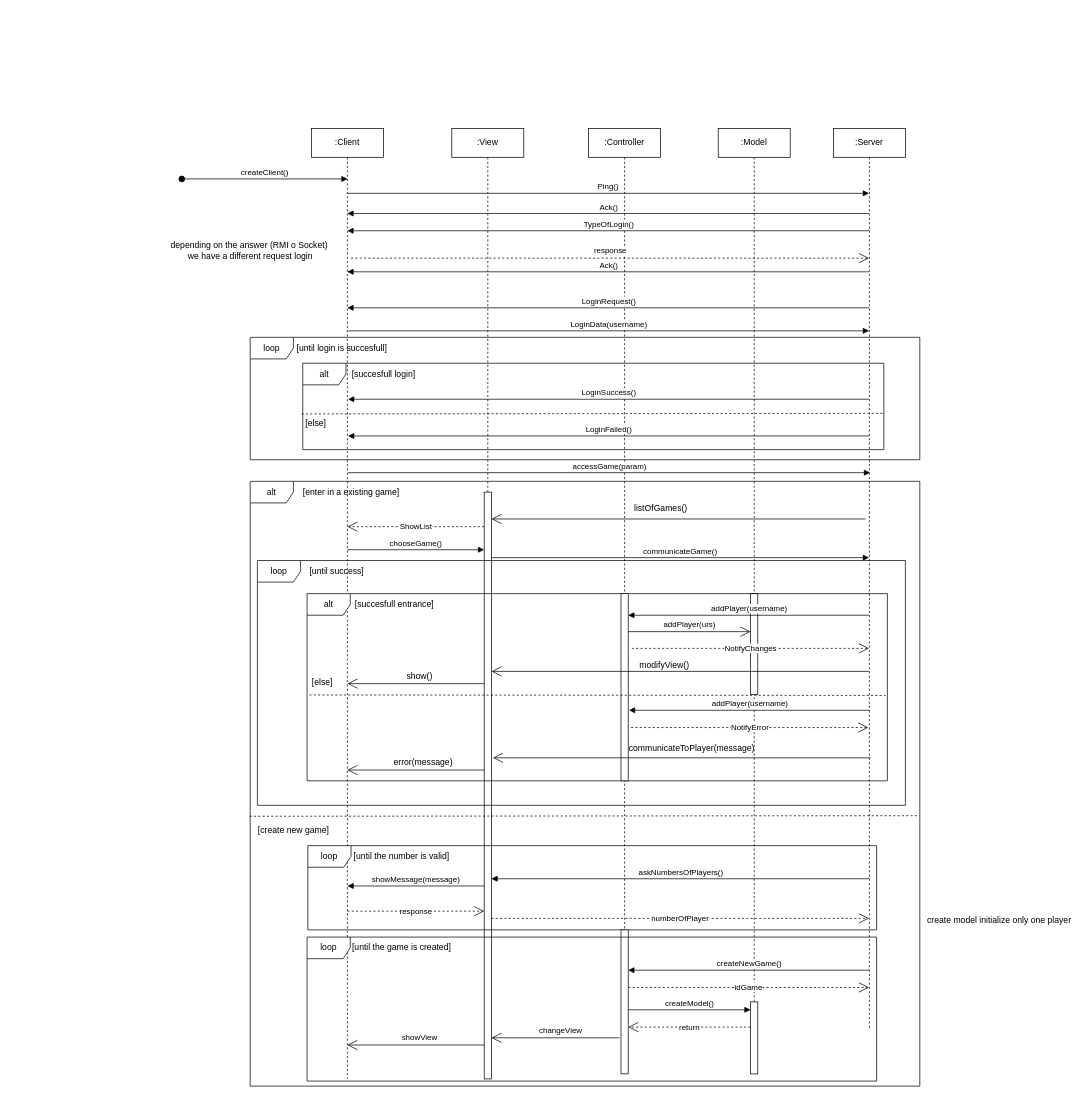
Earlier version of the draw.io diagram src/main/resources/deliverables/Acceso al gioco.drawio (matteovignocchi/ing-sw-2025-Vignocchi-Nedina-LoConte-LaVecchia). Source tidied: cells renumbered, new cells numbered last; positions are measured from the earlier drawing's top-left corner, leaving out a move shared by most shapes. Both pictures are drawn from the tidied source at 72%, with x=0, y=0 at pixel (163, 128).
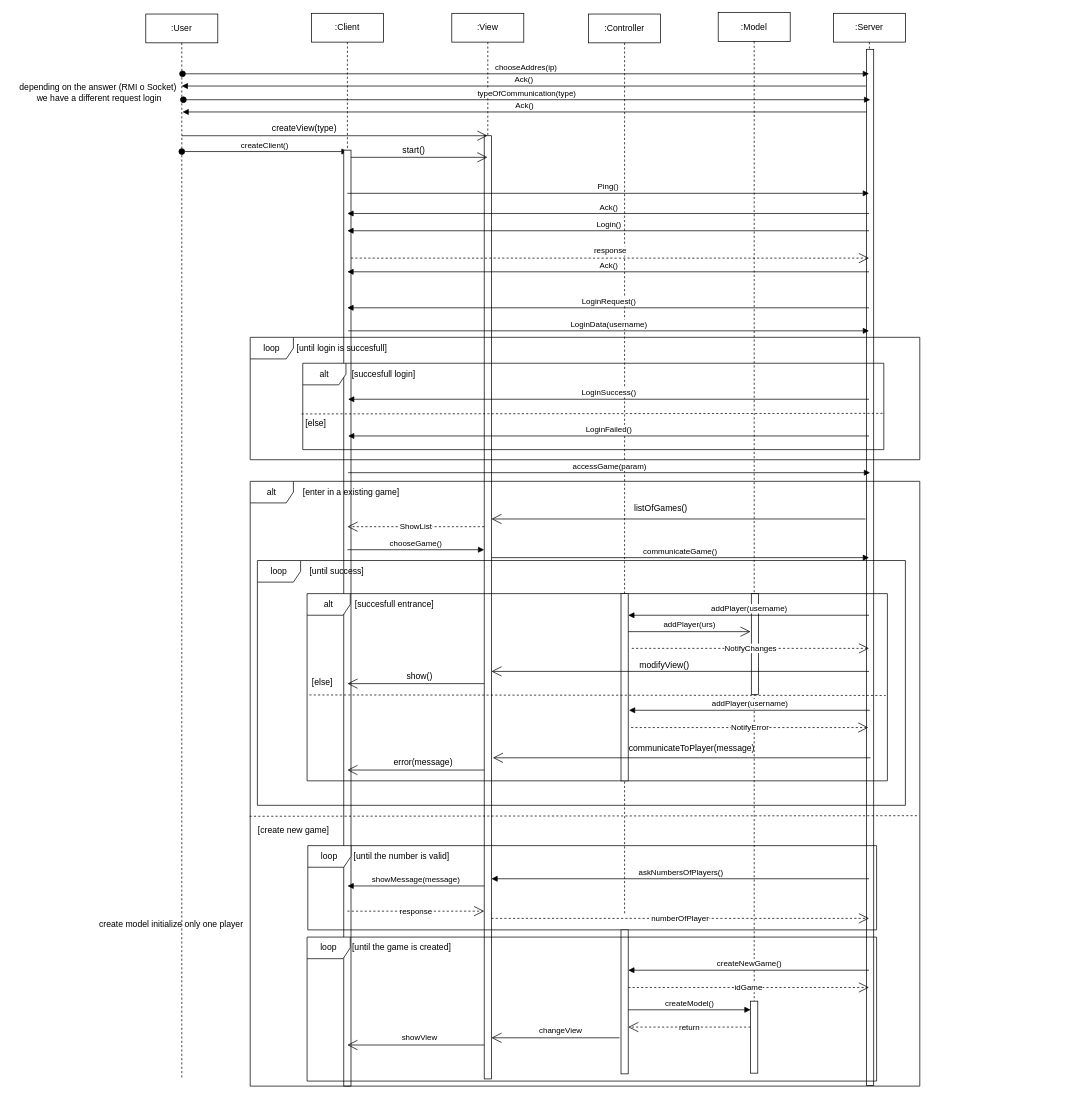
The same diagram, later.

Commit message:
revisione primo uml

What changed in the source:
```diff
@@
     <mxCell id="2" value=":View" style="shape=umlLifeline;perimeter=lifelinePerimeter;whiteSpace=wrap;html=1;outlineConnect=0;portConstraint=eastwest;newEdgeStyle={&quot;curved&quot;:0,&quot;rounded&quot;:0};" parent="1" vertex="1">
-      <mxGeometry x="400" width="100" height="1250" as="geometry" />
+      <mxGeometry x="400" y="-160" width="100" height="1250" as="geometry" />
     </mxCell>
+    <mxCell id="29" style="html=1;points=[[0,0,0,0,5],[0,1,0,0,-5],[1,0,0,0,5],[1,1,0,0,-5]];perimeter=orthogonalPerimeter;outlineConnect=0;targetShapes=umlLifeline;portConstraint=eastwest;newEdgeStyle={&quot;curved&quot;:0,&quot;rounded&quot;:0};" parent="1" vertex="1">
+      <mxGeometry x="445" y="10" width="10" height="1310" as="geometry" />
+    </mxCell>
+    <mxCell id="9" value=":Client" style="shape=umlLifeline;perimeter=lifelinePerimeter;whiteSpace=wrap;html=1;newEdgeStyle={&quot;curved&quot;:0,&quot;rounded&quot;:0};" parent="1" vertex="1">
+      <mxGeometry x="205" y="-160" width="100" height="1400" as="geometry" />
+    </mxCell>
     <mxCell id="3" value=":Controller" style="shape=umlLifeline;perimeter=lifelinePerimeter;whiteSpace=wrap;html=1;newEdgeStyle={&quot;curved&quot;:0,&quot;rounded&quot;:0};" parent="1" vertex="1">
-      <mxGeometry x="590" width="100" height="1250" as="geometry" />
+      <mxGeometry x="590" y="-159" width="100" height="1250" as="geometry" />
     </mxCell>
     <mxCell id="4" value=":Model" style="shape=umlLifeline;perimeter=lifelinePerimeter;whiteSpace=wrap;html=1;newEdgeStyle={&quot;curved&quot;:0,&quot;rounded&quot;:0};" parent="1" vertex="1">
-      <mxGeometry x="770" width="100" height="1250" as="geometry" />
+      <mxGeometry x="770" y="-161" width="100" height="1401" as="geometry" />
     </mxCell>
-    <mxCell id="5" style="html=1;perimeter=orthogonalPerimeter;targetShapes=umlLifeline;newEdgeStyle={&quot;curved&quot;:0,&quot;rounded&quot;:0};" parent="4" vertex="1">
-      <mxGeometry x="45" y="646" width="10" height="140" as="geometry" />
-    </mxCell>
-    <mxCell id="6" style="html=1;perimeter=orthogonalPerimeter;targetShapes=umlLifeline;newEdgeStyle={&quot;curved&quot;:0,&quot;rounded&quot;:0};" parent="4" vertex="1">
-      <mxGeometry x="45" y="1213" width="10" height="100" as="geometry" />
-    </mxCell>
+    <mxCell id="76" style="html=1;perimeter=orthogonalPerimeter;targetShapes=umlLifeline;newEdgeStyle={&quot;curved&quot;:0,&quot;rounded&quot;:0};" parent="1" vertex="1">
+      <mxGeometry x="816" y="646" width="10" height="140" as="geometry" />
+    </mxCell>
     <mxCell id="7" value="createClient()" style="html=1;verticalAlign=bottom;startArrow=oval;startFill=1;endArrow=block;startSize=8;curved=0;rounded=0;" parent="1" edge="1">
       <mxGeometry relative="1" as="geometry">
-        <mxPoint x="25" y="70" as="sourcePoint" />
-        <mxPoint x="255.3" y="70" as="targetPoint" />
+        <mxPoint x="25" y="32" as="sourcePoint" />
+        <mxPoint x="255.3" y="32" as="targetPoint" />
       </mxGeometry>
     </mxCell>
+    <mxCell id="77" style="html=1;perimeter=orthogonalPerimeter;targetShapes=umlLifeline;newEdgeStyle={&quot;curved&quot;:0,&quot;rounded&quot;:0};" parent="1" vertex="1">
+      <mxGeometry x="250" y="30" width="10" height="1300" as="geometry" />
+    </mxCell>
     <mxCell id="8" value=":Server" style="shape=umlLifeline;perimeter=lifelinePerimeter;whiteSpace=wrap;html=1;outlineConnect=0;portConstraint=eastwest;newEdgeStyle={&quot;curved&quot;:0,&quot;rounded&quot;:0};" parent="1" vertex="1">
-      <mxGeometry x="930" width="100" height="1250" as="geometry" />
+      <mxGeometry x="930" y="-160" width="100" height="1400" as="geometry" />
     </mxCell>
-    <mxCell id="9" value=":Client" style="shape=umlLifeline;perimeter=lifelinePerimeter;whiteSpace=wrap;html=1;newEdgeStyle={&quot;curved&quot;:0,&quot;rounded&quot;:0};" parent="1" vertex="1">
-      <mxGeometry x="205" width="100" height="1320" as="geometry" />
-    </mxCell>
+    <mxCell id="78" style="html=1;perimeter=orthogonalPerimeter;targetShapes=umlLifeline;newEdgeStyle={&quot;curved&quot;:0,&quot;rounded&quot;:0};" parent="1" vertex="1">
+      <mxGeometry x="976" y="-110" width="10" height="1439" as="geometry" />
+    </mxCell>
@@
-    <mxCell id="13" value="TypeOfLogin()" style="html=1;verticalAlign=bottom;endArrow=block;curved=0;rounded=0;" parent="1" edge="1" source="8">
+    <mxCell id="13" value="Login()" style="html=1;verticalAlign=bottom;endArrow=block;curved=0;rounded=0;" parent="1" edge="1" source="8">
       <mxGeometry relative="1" as="geometry">
         <mxPoint x="254.9" y="142" as="targetPoint" />
       </mxGeometry>
     </mxCell>
@@
     <mxCell id="15" value="depending on the answer (RMI o Socket)&amp;nbsp;&lt;div&gt;we have a different request login&lt;/div&gt;" style="text;html=1;align=center;verticalAlign=middle;strokeColor=none;fillColor=none;" parent="1" vertex="1">
-      <mxGeometry y="150" width="240" height="40" as="geometry" />
+      <mxGeometry x="-210" y="-70" width="240" height="40" as="geometry" />
     </mxCell>
@@
-    <mxCell id="29" style="html=1;points=[[0,0,0,0,5],[0,1,0,0,-5],[1,0,0,0,5],[1,1,0,0,-5]];perimeter=orthogonalPerimeter;outlineConnect=0;targetShapes=umlLifeline;portConstraint=eastwest;newEdgeStyle={&quot;curved&quot;:0,&quot;rounded&quot;:0};" parent="1" vertex="1">
-      <mxGeometry x="445" y="505" width="10" height="815" as="geometry" />
-    </mxCell>
@@
     <mxCell id="64" value="create model initialize only one player" style="text;html=1;align=center;verticalAlign=middle;strokeColor=none;fillColor=none;" parent="1" vertex="1">
-      <mxGeometry x="1050" y="1085" width="220" height="30" as="geometry" />
+      <mxGeometry x="-100" y="1090" width="220" height="30" as="geometry" />
     </mxCell>
@@
+    <mxCell id="79" style="html=1;perimeter=orthogonalPerimeter;targetShapes=umlLifeline;newEdgeStyle={&quot;curved&quot;:0,&quot;rounded&quot;:0};" parent="1" vertex="1">
+      <mxGeometry x="815" y="1212" width="10" height="100" as="geometry" />
+    </mxCell>
+    <mxCell id="80" value=":User" style="shape=umlLifeline;perimeter=lifelinePerimeter;whiteSpace=wrap;html=1;newEdgeStyle={&quot;curved&quot;:0,&quot;rounded&quot;:0};" parent="1" vertex="1">
+      <mxGeometry x="-25" y="-159" width="100" height="1479" as="geometry" />
+    </mxCell>
+    <mxCell id="81" value="chooseAddres(ip)" style="html=1;verticalAlign=bottom;startArrow=oval;startFill=1;endArrow=block;startSize=8;curved=0;rounded=0;" parent="1" edge="1">
+      <mxGeometry relative="1" as="geometry">
+        <mxPoint x="26" y="-76" as="sourcePoint" />
+        <mxPoint x="979.5" y="-76" as="targetPoint" />
+      </mxGeometry>
+    </mxCell>
+    <mxCell id="82" value="Ack()" style="html=1;verticalAlign=bottom;endArrow=block;curved=0;rounded=0;" parent="1" edge="1">
+      <mxGeometry relative="1" as="geometry">
+        <mxPoint x="975.1" y="-59" as="sourcePoint" />
+        <mxPoint x="24.8" y="-59" as="targetPoint" />
+      </mxGeometry>
+    </mxCell>
+    <mxCell id="83" value="typeOfCommunication(type)" style="html=1;verticalAlign=bottom;startArrow=oval;startFill=1;endArrow=block;startSize=8;curved=0;rounded=0;" parent="1" edge="1">
+      <mxGeometry relative="1" as="geometry">
+        <mxPoint x="27.2" y="-40" as="sourcePoint" />
+        <mxPoint x="981.2" y="-40" as="targetPoint" />
+      </mxGeometry>
+    </mxCell>
+    <mxCell id="84" value="Ack()" style="html=1;verticalAlign=bottom;endArrow=block;curved=0;rounded=0;" parent="1" edge="1">
+      <mxGeometry relative="1" as="geometry">
+        <mxPoint x="976.2" y="-23" as="sourcePoint" />
+        <mxPoint x="26" y="-23" as="targetPoint" />
+      </mxGeometry>
+    </mxCell>
+    <mxCell id="85" style="endArrow=open;endFill=1;endSize=12;html=1;rounded=0;" parent="1" edge="1" target="2">
+      <mxGeometry relative="1" as="geometry">
+        <mxPoint x="25" y="10" as="sourcePoint" />
+      </mxGeometry>
+    </mxCell>
+    <mxCell id="86" value="createView(type)" style="text;html=1;align=center;verticalAlign=middle;strokeColor=none;fillColor=none;" parent="1" vertex="1">
+      <mxGeometry x="140" y="-15" width="110" height="30" as="geometry" />
+    </mxCell>
+    <mxCell id="87" style="endArrow=open;endFill=1;endSize=12;html=1;rounded=0;" parent="1" edge="1" target="2">
+      <mxGeometry relative="1" as="geometry">
+        <mxPoint x="260" y="40" as="sourcePoint" />
+      </mxGeometry>
+    </mxCell>
+    <mxCell id="88" value="start()" style="text;html=1;align=center;verticalAlign=middle;strokeColor=none;fillColor=none;" parent="1" vertex="1">
+      <mxGeometry x="322" y="15" width="50" height="30" as="geometry" />
+    </mxCell>
```
